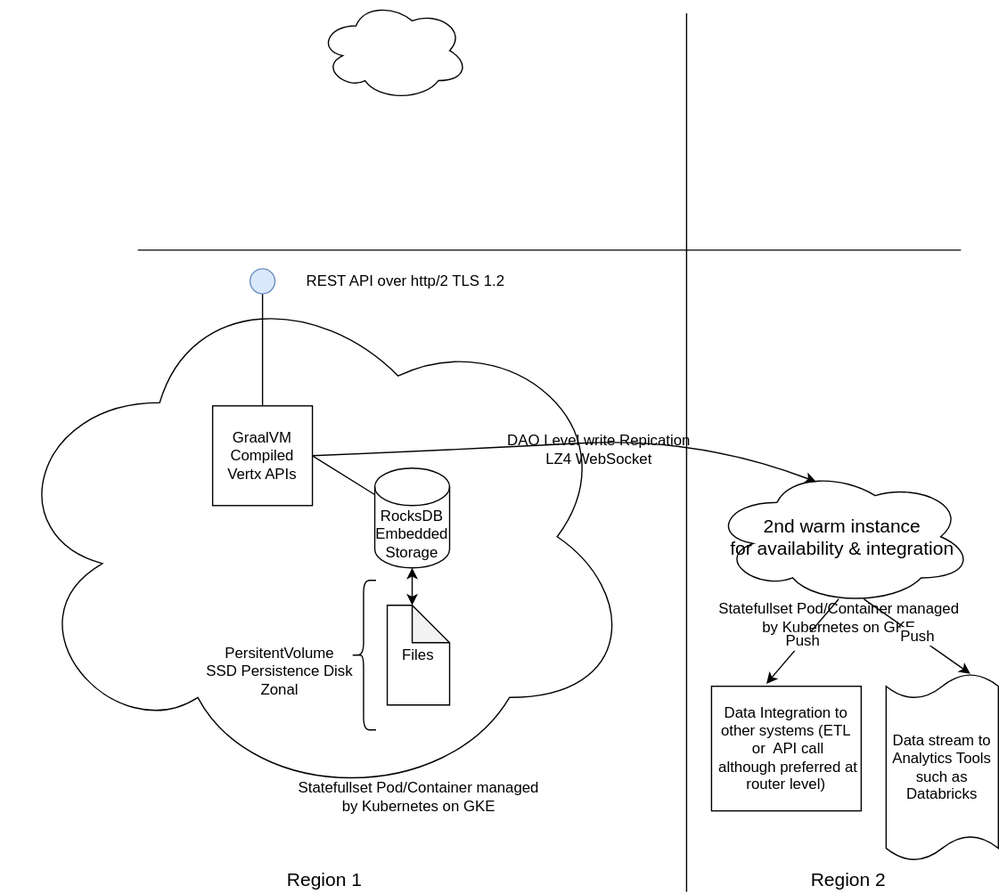
The draw.io diagram img/SharkLangDeploymentArchitecture.svg in sharklang/sharklang, before a commit. Source tidied: cells renumbered, new cells last; positions are measured from the earlier drawing's top-left corner, leaving out a move shared by most shapes. The source it was exported from:
```xml
<mxGraphModel>
  <root>
    <mxCell id="0" />
    <mxCell id="1" parent="0" />
    <mxCell id="2" style="ellipse;shape=cloud;whiteSpace=wrap;html=1;" parent="1" vertex="1">
      <mxGeometry y="215" width="510" height="430" as="geometry" />
    </mxCell>
    <mxCell id="3" value="&lt;div&gt;RocksDB&lt;/div&gt;&lt;div&gt;Embedded&lt;/div&gt;&lt;div&gt;Storage&lt;br&gt;&lt;/div&gt;" style="shape=cylinder3;whiteSpace=wrap;html=1;boundedLbl=1;backgroundOutline=1;size=15;" parent="1" vertex="1">
      <mxGeometry x="300" y="375" width="60" height="80" as="geometry" />
    </mxCell>
    <mxCell id="4" value="Files" style="shape=note;whiteSpace=wrap;html=1;backgroundOutline=1;darkOpacity=0.05;" parent="1" vertex="1">
      <mxGeometry x="310" y="485" width="50" height="80" as="geometry" />
    </mxCell>
    <mxCell id="5" style="endArrow=classic;startArrow=classic;html=1;exitX=0;exitY=0;exitDx=20;exitDy=0;exitPerimeter=0;entryX=0.5;entryY=1;entryDx=0;entryDy=0;entryPerimeter=0;" parent="1" edge="1" source="4" target="3">
      <mxGeometry relative="1" as="geometry" />
    </mxCell>
    <mxCell id="6" style="shape=curlyBracket;whiteSpace=wrap;html=1;rounded=1;" parent="1" vertex="1">
      <mxGeometry x="281" y="465" width="20" height="120" as="geometry" />
    </mxCell>
    <mxCell id="7" value="&lt;div&gt;PersitentVolume&lt;/div&gt;&lt;div&gt;SSD Persistence Disk&lt;/div&gt;&lt;div&gt;Zonal&lt;br&gt;&lt;/div&gt;" style="text;html=1;strokeColor=none;fillColor=none;align=center;verticalAlign=middle;whiteSpace=wrap;rounded=0;" parent="1" vertex="1">
      <mxGeometry x="149" y="520" width="150" height="35" as="geometry" />
    </mxCell>
    <mxCell id="8" value="Statefullset Pod/Container managed by Kubernetes on GKE" style="text;html=1;strokeColor=none;fillColor=none;align=center;verticalAlign=middle;whiteSpace=wrap;rounded=0;" parent="1" vertex="1">
      <mxGeometry x="232.5" y="629" width="205" height="20" as="geometry" />
    </mxCell>
    <mxCell id="9" value="GraalVM Compiled Vertx APIs" style="whiteSpace=wrap;html=1;" parent="1" vertex="1">
      <mxGeometry x="170" y="325" width="80" height="80" as="geometry" />
    </mxCell>
    <mxCell id="10" style="endArrow=none;html=1;exitX=1;exitY=0.5;exitDx=0;exitDy=0;" parent="1" edge="1" source="9" target="3">
      <mxGeometry relative="1" as="geometry" />
    </mxCell>
    <mxCell id="11" style="endArrow=none;html=1;entryX=0.5;entryY=1;entryDx=0;entryDy=0;" parent="1" edge="1" target="12">
      <mxGeometry relative="1" as="geometry">
        <mxPoint x="210" y="325" as="sourcePoint" />
      </mxGeometry>
    </mxCell>
    <mxCell id="12" style="ellipse;whiteSpace=wrap;html=1;fillColor=#dae8fc;strokeColor=#6c8ebf;" parent="1" vertex="1">
      <mxGeometry x="200" y="215" width="20" height="20" as="geometry" />
    </mxCell>
    <mxCell id="13" value="REST API over http/2 TLS 1.2" style="text;html=1;strokeColor=none;fillColor=none;align=center;verticalAlign=middle;whiteSpace=wrap;rounded=0;" parent="1" vertex="1">
      <mxGeometry x="220" y="215" width="210" height="20" as="geometry" />
    </mxCell>
    <mxCell id="14" style="endArrow=none;html=1;" parent="1" edge="1">
      <mxGeometry relative="1" as="geometry">
        <mxPoint x="550" y="715" as="sourcePoint" />
        <mxPoint x="550" y="10" as="targetPoint" />
      </mxGeometry>
    </mxCell>
    <mxCell id="15" value="Region 1" style="text;html=1;strokeColor=none;fillColor=none;align=center;verticalAlign=middle;whiteSpace=wrap;rounded=0;fontSize=15;" parent="1" vertex="1">
      <mxGeometry x="210" y="695" width="100" height="20" as="geometry" />
    </mxCell>
    <mxCell id="16" value="Region 2" style="text;html=1;strokeColor=none;fillColor=none;align=center;verticalAlign=middle;whiteSpace=wrap;rounded=0;fontSize=15;" parent="1" vertex="1">
      <mxGeometry x="630" y="695" width="100" height="20" as="geometry" />
    </mxCell>
    <mxCell id="17" value="&lt;div&gt;2nd warm instance &lt;br&gt;&lt;/div&gt;&lt;div&gt;for availability &amp;amp; integration&lt;/div&gt;" style="ellipse;shape=cloud;whiteSpace=wrap;html=1;fontSize=15;" parent="1" vertex="1">
      <mxGeometry x="570" y="375" width="210" height="110" as="geometry" />
    </mxCell>
    <mxCell id="18" style="curved=1;endArrow=classic;html=1;fontSize=15;exitX=1;exitY=0.5;exitDx=0;exitDy=0;entryX=0.4;entryY=0.1;entryDx=0;entryDy=0;entryPerimeter=0;" parent="1" edge="1" source="9" target="17">
      <mxGeometry relative="1" as="geometry">
        <Array as="points">
          <mxPoint x="370" y="360" />
          <mxPoint x="560" y="350" />
        </Array>
      </mxGeometry>
    </mxCell>
    <mxCell id="19" value="DAO Level write Repication LZ4 WebSocket" style="text;html=1;strokeColor=none;fillColor=none;align=center;verticalAlign=middle;whiteSpace=wrap;rounded=0;fontSize=12;" parent="1" vertex="1">
      <mxGeometry x="400" y="350" width="160" height="20" as="geometry" />
    </mxCell>
    <mxCell id="20" value="Statefullset Pod/Container managed by Kubernetes on GKE" style="text;html=1;strokeColor=none;fillColor=none;align=center;verticalAlign=middle;whiteSpace=wrap;rounded=0;" parent="1" vertex="1">
      <mxGeometry x="570" y="485" width="205" height="20" as="geometry" />
    </mxCell>
    <mxCell id="21" value="Push" style="endArrow=classic;html=1;fontSize=12;exitX=0.582;exitY=0.955;exitDx=0;exitDy=0;exitPerimeter=0;entryX=0.75;entryY=0;entryDx=0;entryDy=0;entryPerimeter=0;" parent="1" edge="1" source="17" target="22">
      <mxGeometry relative="1" as="geometry" />
    </mxCell>
    <mxCell id="22" value="Data stream to Analytics Tools such as Databricks" style="shape=tape;whiteSpace=wrap;html=1;size=0.13333333333333333;" parent="1" vertex="1">
      <mxGeometry x="710" y="540" width="90" height="150" as="geometry" />
    </mxCell>
    <mxCell id="23" value="&lt;div&gt;Data Integration to other systems (ETL&lt;/div&gt;&lt;div&gt;&amp;nbsp;or&amp;nbsp; API call&lt;/div&gt;&amp;nbsp;although preferred at router level)" style="rounded=0;whiteSpace=wrap;html=1;fontSize=12;" parent="1" vertex="1">
      <mxGeometry x="570" y="550" width="120" height="100" as="geometry" />
    </mxCell>
    <mxCell id="24" value="Push" style="endArrow=classic;html=1;fontSize=12;entryX=0.367;entryY=-0.02;entryDx=0;entryDy=0;entryPerimeter=0;" parent="1" edge="1" target="23">
      <mxGeometry relative="1" as="geometry">
        <mxPoint x="672" y="480" as="sourcePoint" />
      </mxGeometry>
    </mxCell>
    <mxCell id="25" style="endArrow=none;html=1;fontSize=12;" parent="1" edge="1">
      <mxGeometry relative="1" as="geometry">
        <mxPoint x="110" y="200" as="sourcePoint" />
        <mxPoint x="770" y="200" as="targetPoint" />
      </mxGeometry>
    </mxCell>
    <mxCell id="26" style="ellipse;shape=cloud;whiteSpace=wrap;html=1;fontSize=12;" parent="1" vertex="1">
      <mxGeometry x="255" width="120" height="80" as="geometry" />
    </mxCell>
  </root>
</mxGraphModel>
```
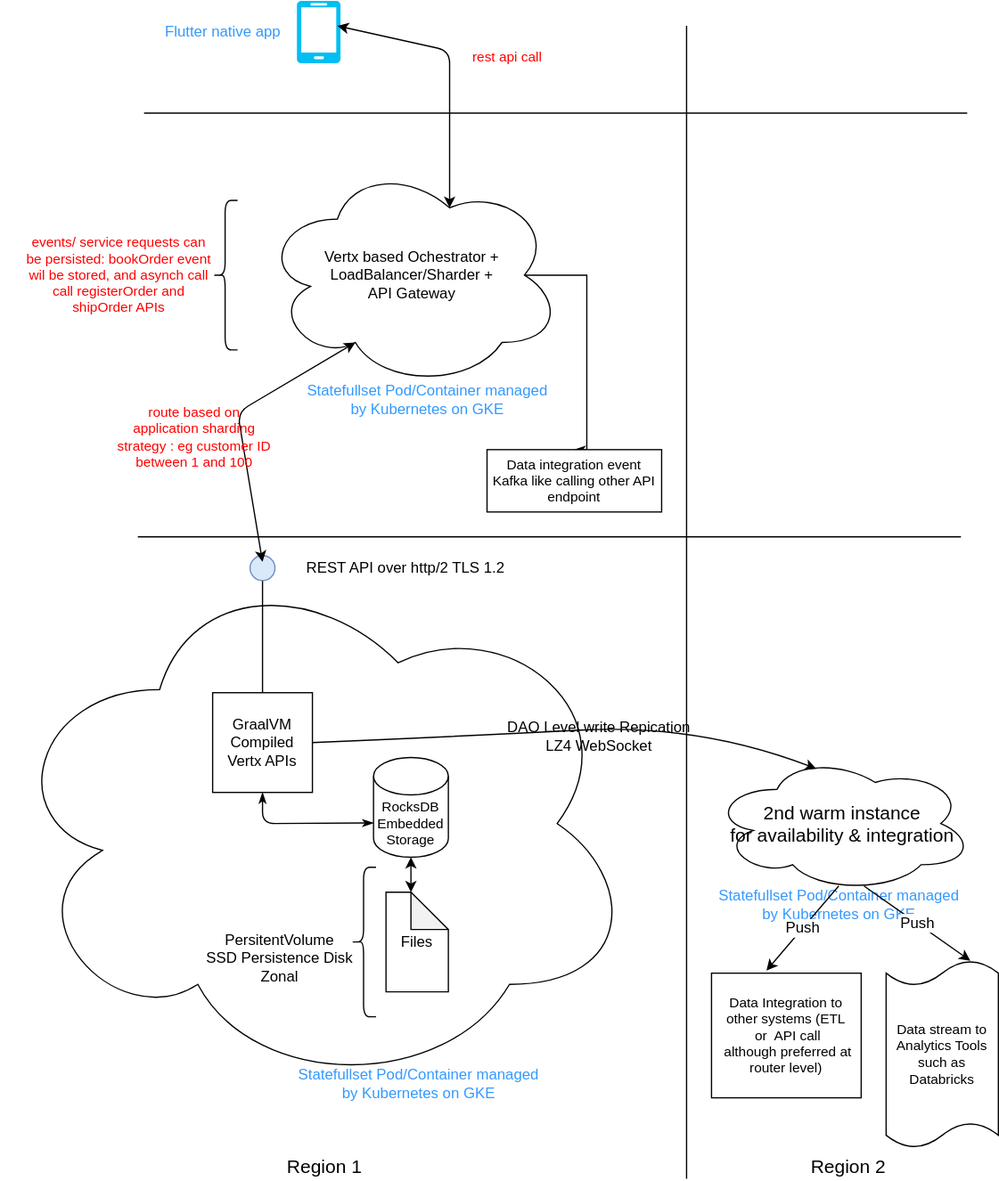
The same file after the commit.

Diff of the diagram source:
```diff
@@ -5,11 +5,11 @@
     <mxCell id="2" style="ellipse;shape=cloud;whiteSpace=wrap;html=1;" parent="1" vertex="1">
       <mxGeometry y="215" width="510" height="430" as="geometry" />
     </mxCell>
-    <mxCell id="3" value="&lt;div&gt;RocksDB&lt;/div&gt;&lt;div&gt;Embedded&lt;/div&gt;&lt;div&gt;Storage&lt;br&gt;&lt;/div&gt;" style="shape=cylinder3;whiteSpace=wrap;html=1;boundedLbl=1;backgroundOutline=1;size=15;" parent="1" vertex="1">
-      <mxGeometry x="300" y="375" width="60" height="80" as="geometry" />
+    <mxCell id="3" value="&lt;div style=&quot;font-size: 11px;&quot;&gt;RocksDB&lt;/div&gt;&lt;div style=&quot;font-size: 11px;&quot;&gt;Embedded&lt;/div&gt;&lt;div style=&quot;font-size: 11px;&quot;&gt;Storage&lt;br style=&quot;font-size: 11px;&quot;&gt;&lt;/div&gt;" style="shape=cylinder3;whiteSpace=wrap;html=1;boundedLbl=1;backgroundOutline=1;size=15;fontSize=11;" parent="1" vertex="1">
+      <mxGeometry x="299" y="377" width="60" height="80" as="geometry" />
     </mxCell>
     <mxCell id="4" value="Files" style="shape=note;whiteSpace=wrap;html=1;backgroundOutline=1;darkOpacity=0.05;" parent="1" vertex="1">
-      <mxGeometry x="310" y="485" width="50" height="80" as="geometry" />
+      <mxGeometry x="309" y="485" width="50" height="80" as="geometry" />
     </mxCell>
     <mxCell id="5" style="endArrow=classic;startArrow=classic;html=1;exitX=0;exitY=0;exitDx=20;exitDy=0;exitPerimeter=0;entryX=0.5;entryY=1;entryDx=0;entryDy=0;entryPerimeter=0;" parent="1" edge="1" source="4" target="3">
       <mxGeometry relative="1" as="geometry" />
@@ -20,14 +20,18 @@
     <mxCell id="7" value="&lt;div&gt;PersitentVolume&lt;/div&gt;&lt;div&gt;SSD Persistence Disk&lt;/div&gt;&lt;div&gt;Zonal&lt;br&gt;&lt;/div&gt;" style="text;html=1;strokeColor=none;fillColor=none;align=center;verticalAlign=middle;whiteSpace=wrap;rounded=0;" parent="1" vertex="1">
       <mxGeometry x="149" y="520" width="150" height="35" as="geometry" />
     </mxCell>
-    <mxCell id="8" value="Statefullset Pod/Container managed by Kubernetes on GKE" style="text;html=1;strokeColor=none;fillColor=none;align=center;verticalAlign=middle;whiteSpace=wrap;rounded=0;" parent="1" vertex="1">
+    <mxCell id="8" value="Statefullset Pod/Container managed by Kubernetes on GKE" style="text;html=1;strokeColor=none;fillColor=none;align=center;verticalAlign=middle;whiteSpace=wrap;rounded=0;fontColor=#3399FF;" parent="1" vertex="1">
       <mxGeometry x="232.5" y="629" width="205" height="20" as="geometry" />
     </mxCell>
     <mxCell id="9" value="GraalVM Compiled Vertx APIs" style="whiteSpace=wrap;html=1;" parent="1" vertex="1">
       <mxGeometry x="170" y="325" width="80" height="80" as="geometry" />
     </mxCell>
-    <mxCell id="10" style="endArrow=none;html=1;exitX=1;exitY=0.5;exitDx=0;exitDy=0;" parent="1" edge="1" source="9" target="3">
-      <mxGeometry relative="1" as="geometry" />
+    <mxCell id="10" style="endArrow=classicThin;html=1;exitX=0.5;exitY=1;exitDx=0;exitDy=0;entryX=0;entryY=0;entryDx=0;entryDy=52.5;entryPerimeter=0;startArrow=classicThin;startFill=1;endFill=1;" parent="1" edge="1" source="9" target="3">
+      <mxGeometry relative="1" as="geometry">
+        <Array as="points">
+          <mxPoint x="210" y="430" />
+        </Array>
+      </mxGeometry>
     </mxCell>
     <mxCell id="11" style="endArrow=none;html=1;entryX=0.5;entryY=1;entryDx=0;entryDy=0;" parent="1" edge="1" target="12">
       <mxGeometry relative="1" as="geometry">
@@ -43,7 +47,7 @@
     <mxCell id="14" style="endArrow=none;html=1;" parent="1" edge="1">
       <mxGeometry relative="1" as="geometry">
         <mxPoint x="550" y="715" as="sourcePoint" />
-        <mxPoint x="550" y="10" as="targetPoint" />
+        <mxPoint x="550" y="-210" as="targetPoint" />
       </mxGeometry>
     </mxCell>
     <mxCell id="15" value="Region 1" style="text;html=1;strokeColor=none;fillColor=none;align=center;verticalAlign=middle;whiteSpace=wrap;rounded=0;fontSize=15;" parent="1" vertex="1">
@@ -66,16 +70,16 @@
     <mxCell id="19" value="DAO Level write Repication LZ4 WebSocket" style="text;html=1;strokeColor=none;fillColor=none;align=center;verticalAlign=middle;whiteSpace=wrap;rounded=0;fontSize=12;" parent="1" vertex="1">
       <mxGeometry x="400" y="350" width="160" height="20" as="geometry" />
     </mxCell>
-    <mxCell id="20" value="Statefullset Pod/Container managed by Kubernetes on GKE" style="text;html=1;strokeColor=none;fillColor=none;align=center;verticalAlign=middle;whiteSpace=wrap;rounded=0;" parent="1" vertex="1">
+    <mxCell id="20" value="Statefullset Pod/Container managed by Kubernetes on GKE" style="text;html=1;strokeColor=none;fillColor=none;align=center;verticalAlign=middle;whiteSpace=wrap;rounded=0;fontColor=#3399FF;" parent="1" vertex="1">
       <mxGeometry x="570" y="485" width="205" height="20" as="geometry" />
     </mxCell>
     <mxCell id="21" value="Push" style="endArrow=classic;html=1;fontSize=12;exitX=0.582;exitY=0.955;exitDx=0;exitDy=0;exitPerimeter=0;entryX=0.75;entryY=0;entryDx=0;entryDy=0;entryPerimeter=0;" parent="1" edge="1" source="17" target="22">
       <mxGeometry relative="1" as="geometry" />
     </mxCell>
-    <mxCell id="22" value="Data stream to Analytics Tools such as Databricks" style="shape=tape;whiteSpace=wrap;html=1;size=0.13333333333333333;" parent="1" vertex="1">
+    <mxCell id="22" value="Data stream to Analytics Tools such as Databricks" style="shape=tape;whiteSpace=wrap;html=1;size=0.13333333333333333;fontSize=11;" parent="1" vertex="1">
       <mxGeometry x="710" y="540" width="90" height="150" as="geometry" />
     </mxCell>
-    <mxCell id="23" value="&lt;div&gt;Data Integration to other systems (ETL&lt;/div&gt;&lt;div&gt;&amp;nbsp;or&amp;nbsp; API call&lt;/div&gt;&amp;nbsp;although preferred at router level)" style="rounded=0;whiteSpace=wrap;html=1;fontSize=12;" parent="1" vertex="1">
+    <mxCell id="23" value="&lt;div style=&quot;font-size: 11px;&quot;&gt;Data Integration to other systems (ETL&lt;/div&gt;&lt;div style=&quot;font-size: 11px;&quot;&gt;&amp;nbsp;or&amp;nbsp; API call&lt;/div&gt;&amp;nbsp;although preferred at router level)" style="rounded=0;whiteSpace=wrap;html=1;fontSize=11;" parent="1" vertex="1">
       <mxGeometry x="570" y="550" width="120" height="100" as="geometry" />
     </mxCell>
     <mxCell id="24" value="Push" style="endArrow=classic;html=1;fontSize=12;entryX=0.367;entryY=-0.02;entryDx=0;entryDy=0;entryPerimeter=0;" parent="1" edge="1" target="23">
@@ -89,8 +93,61 @@
         <mxPoint x="770" y="200" as="targetPoint" />
       </mxGeometry>
     </mxCell>
+    <mxCell id="27" style="edgeStyle=orthogonalEdgeStyle;rounded=0;jettySize=auto;html=1;exitX=0.875;exitY=0.5;exitDx=0;exitDy=0;exitPerimeter=0;entryX=0.5;entryY=0;entryDx=0;entryDy=0;startArrow=none;startFill=0;endArrow=classicThin;endFill=1;fontSize=11;fontColor=#FF0000;" parent="1" edge="1" source="26" target="31">
+      <mxGeometry relative="1" as="geometry">
+        <Array as="points">
+          <mxPoint x="470" y="-10" />
+        </Array>
+      </mxGeometry>
+    </mxCell>
-    <mxCell id="26" style="ellipse;shape=cloud;whiteSpace=wrap;html=1;fontSize=12;" parent="1" vertex="1">
-      <mxGeometry x="255" width="120" height="80" as="geometry" />
+    <mxCell id="26" value="&lt;div&gt;Vertx based Ochestrator + LoadBalancer/Sharder +&lt;/div&gt;&lt;div&gt; API Gateway&lt;/div&gt;" style="ellipse;shape=cloud;whiteSpace=wrap;html=1;fontSize=12;" parent="1" vertex="1">
+      <mxGeometry x="210" y="-100" width="240" height="180" as="geometry" />
     </mxCell>
+    <mxCell id="28" value="Statefullset Pod/Container managed by Kubernetes on GKE" style="text;html=1;strokeColor=none;fillColor=none;align=center;verticalAlign=middle;whiteSpace=wrap;rounded=0;fontColor=#3399FF;" parent="1" vertex="1">
+      <mxGeometry x="240" y="80" width="205" height="20" as="geometry" />
+    </mxCell>
+    <mxCell id="29" style="endArrow=classic;startArrow=classic;html=1;fontSize=12;entryX=0.31;entryY=0.8;entryDx=0;entryDy=0;entryPerimeter=0;" parent="1" edge="1" target="26">
+      <mxGeometry relative="1" as="geometry">
+        <mxPoint x="210" y="220" as="sourcePoint" />
+        <Array as="points">
+          <mxPoint x="190" y="100" />
+        </Array>
+      </mxGeometry>
+    </mxCell>
+    <mxCell id="30" value="route based on application sharding strategy : eg customer ID between 1 and 100" style="text;html=1;strokeColor=none;fillColor=none;align=center;verticalAlign=middle;whiteSpace=wrap;rounded=0;fontSize=11;fontColor=#FF0000;" parent="1" vertex="1">
+      <mxGeometry x="91" y="110" width="129" height="20" as="geometry" />
+    </mxCell>
+    <mxCell id="31" value="Data integration event Kafka like calling other API endpoint" style="rounded=0;whiteSpace=wrap;html=1;fontSize=11;" parent="1" vertex="1">
+      <mxGeometry x="390" y="130" width="140" height="50" as="geometry" />
+    </mxCell>
+    <mxCell id="32" style="shape=curlyBracket;whiteSpace=wrap;html=1;rounded=1;" parent="1" vertex="1">
+      <mxGeometry x="170" y="-70" width="20" height="120" as="geometry" />
+    </mxCell>
+    <mxCell id="33" value="events/ service requests can be persisted: bookOrder event wil be stored, and asynch call call registerOrder and shipOrder APIs" style="text;html=1;strokeColor=none;fillColor=none;align=center;verticalAlign=middle;whiteSpace=wrap;rounded=0;fontSize=11;fontColor=#FF0000;" parent="1" vertex="1">
+      <mxGeometry x="20" y="-20" width="150" height="20" as="geometry" />
+    </mxCell>
+    <mxCell id="34" style="endArrow=none;html=1;fontSize=12;" parent="1" edge="1">
+      <mxGeometry relative="1" as="geometry">
+        <mxPoint x="115" y="-140" as="sourcePoint" />
+        <mxPoint x="775" y="-140" as="targetPoint" />
+      </mxGeometry>
+    </mxCell>
+    <mxCell id="35" style="verticalLabelPosition=bottom;html=1;verticalAlign=top;align=center;strokeColor=none;fillColor=#00BEF2;shape=mxgraph.azure.mobile;fontSize=11;fontColor=#FF0000;" parent="1" vertex="1">
+      <mxGeometry x="237.5" y="-230" width="35" height="50" as="geometry" />
+    </mxCell>
+    <mxCell id="36" value="Flutter native app" style="text;html=1;strokeColor=none;fillColor=none;align=center;verticalAlign=middle;whiteSpace=wrap;rounded=0;fontColor=#3399FF;" parent="1" vertex="1">
+      <mxGeometry x="76" y="-215" width="205" height="20" as="geometry" />
+    </mxCell>
+    <mxCell id="37" style="endArrow=classic;startArrow=classic;html=1;fontSize=11;fontColor=#FF0000;exitX=0.625;exitY=0.2;exitDx=0;exitDy=0;exitPerimeter=0;" parent="1" edge="1" source="26">
+      <mxGeometry relative="1" as="geometry">
+        <mxPoint x="270" y="-210" as="targetPoint" />
+        <Array as="points">
+          <mxPoint x="360" y="-190" />
+        </Array>
+      </mxGeometry>
+    </mxCell>
+    <mxCell id="38" value="rest api call" style="text;html=1;strokeColor=none;fillColor=none;align=center;verticalAlign=middle;whiteSpace=wrap;rounded=0;fontSize=11;fontColor=#FF0000;" parent="1" vertex="1">
+      <mxGeometry x="359" y="-195" width="95" height="20" as="geometry" />
+    </mxCell>
   </root>
 </mxGraphModel>
```
